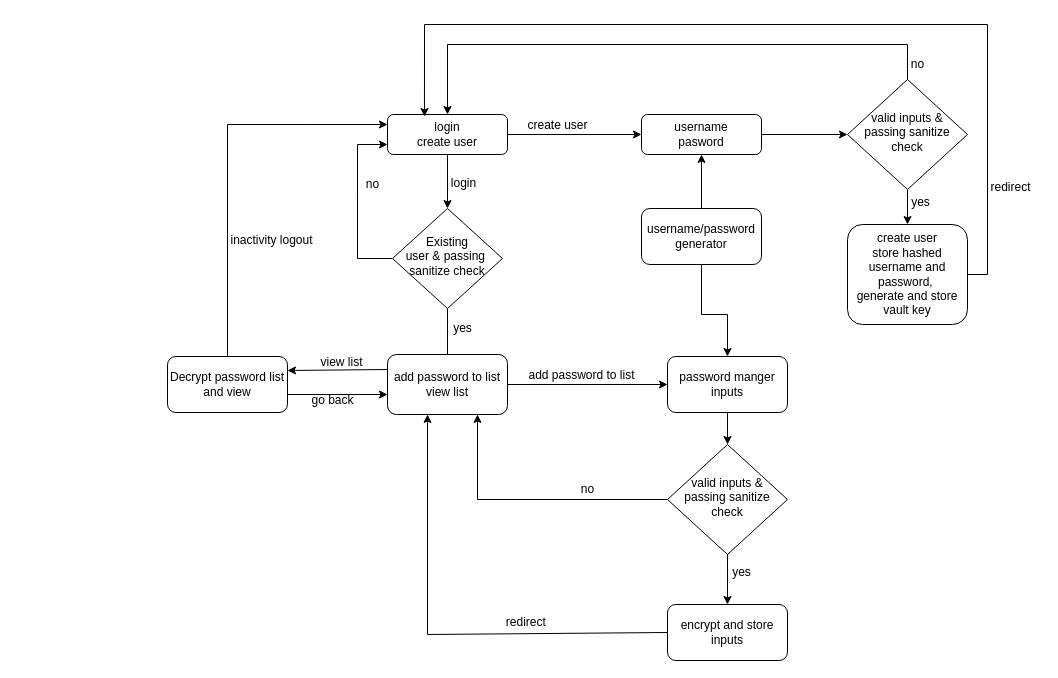
Before: appDiagram.drawio in leaand01/simplePasswordManager, a draw.io diagram. Source tidied: cells renumbered, new cells numbered last; positions are measured from the earlier drawing's top-left corner, leaving out a move shared by most shapes. Both pictures are drawn from the tidied source at 100%, with x=0, y=0 at pixel (167, 24).
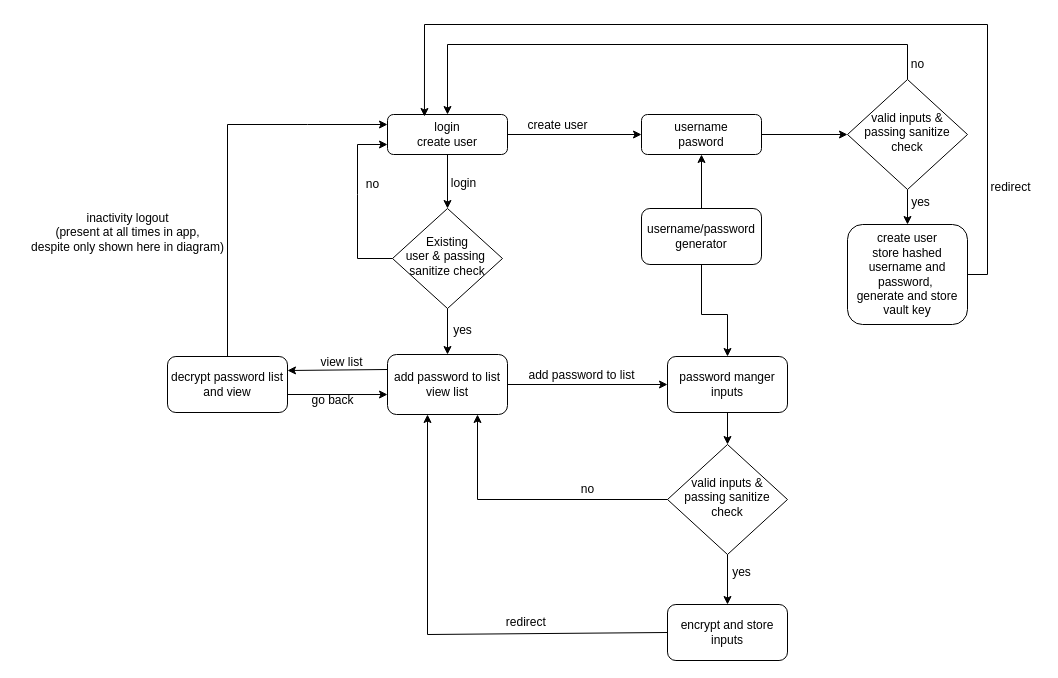
The same diagram, later.

The change refers to these unchanged cells:
```xml
<mxCell id="5" value="Existing&lt;div&gt;user&amp;nbsp;&lt;span style=&quot;background-color: initial;&quot;&gt;&amp;amp; p&lt;/span&gt;&lt;span style=&quot;background-color: initial;&quot;&gt;assing&amp;nbsp;&lt;/span&gt;&lt;div&gt;&lt;span style=&quot;background-color: initial;&quot;&gt;sanitize&amp;nbsp;&lt;/span&gt;&lt;span style=&quot;background-color: initial;&quot;&gt;check&lt;/span&gt;&lt;/div&gt;&lt;/div&gt;" style="rhombus;whiteSpace=wrap;html=1;shadow=0;fontFamily=Helvetica;fontSize=12;align=center;strokeWidth=1;spacing=6;spacingTop=-4;" parent="1" vertex="1">
  <mxGeometry x="225" y="184" width="110" height="100" as="geometry" />
</mxCell>
<mxCell id="20" value="add password to list&lt;div&gt;view list&lt;/div&gt;" style="rounded=1;whiteSpace=wrap;html=1;fontSize=12;glass=0;strokeWidth=1;shadow=0;" parent="1" vertex="1">
  <mxGeometry x="220" y="330" width="120" height="60" as="geometry" />
</mxCell>
```

Diff of the diagram source:
```diff
@@
-    <mxCell id="2" value="login&lt;div&gt;create user&lt;/div&gt;" style="rounded=1;whiteSpace=wrap;html=1;fontSize=12;glass=0;strokeWidth=1;shadow=0;" parent="1" vertex="1">
+    <mxCell id="2" value="&lt;div&gt;login&lt;div&gt;create user&lt;/div&gt;&lt;/div&gt;" style="rounded=1;whiteSpace=wrap;html=1;fontSize=12;glass=0;strokeWidth=1;shadow=0;" parent="1" vertex="1">
       <mxGeometry x="220" y="90" width="120" height="40" as="geometry" />
     </mxCell>
@@
-    <mxCell id="19" style="edgeStyle=none;jettySize=auto;html=1;rounded=0;exitX=0.5;exitY=1;exitDx=0;exitDy=0;" parent="1" edge="1" source="5">
-      <mxGeometry relative="1" as="geometry">
-        <mxPoint x="280" y="340" as="targetPoint" />
-      </mxGeometry>
-    </mxCell>
@@
     <mxCell id="21" value="&lt;font style=&quot;font-size: 12px;&quot;&gt;yes&lt;/font&gt;" style="text;html=1;align=center;verticalAlign=middle;strokeColor=none;fillColor=none;" parent="1" vertex="1">
-      <mxGeometry x="275" y="289" width="40" height="30" as="geometry" />
+      <mxGeometry x="275" y="291" width="40" height="30" as="geometry" />
     </mxCell>
@@
-    <mxCell id="36" value="Decrypt password list and view" style="rounded=1;whiteSpace=wrap;html=1;fontSize=12;glass=0;strokeWidth=1;shadow=0;" parent="1" vertex="1">
+    <mxCell id="36" value="decrypt password list and view" style="rounded=1;whiteSpace=wrap;html=1;fontSize=12;glass=0;strokeWidth=1;shadow=0;" parent="1" vertex="1">
       <mxGeometry y="332" width="120" height="56" as="geometry" />
     </mxCell>
@@
-    <mxCell id="40" value="inactivity logout" style="text;html=1;align=center;verticalAlign=middle;strokeColor=none;fillColor=none;" parent="1" vertex="1">
-      <mxGeometry x="49" y="201" width="110" height="30" as="geometry" />
+    <mxCell id="40" value="inactivity logout&lt;div&gt;(present at all times in app,&lt;/div&gt;&lt;div&gt;despite only shown here in diagram)&lt;/div&gt;" style="text;html=1;align=center;verticalAlign=middle;strokeColor=none;fillColor=none;" parent="1" vertex="1">
+      <mxGeometry x="-150" y="178" width="220" height="60" as="geometry" />
     </mxCell>
@@
+    <mxCell id="45" style="edgeStyle=none;jettySize=auto;html=1;rounded=0;exitX=0.5;exitY=1;exitDx=0;exitDy=0;entryX=0.5;entryY=0;entryDx=0;entryDy=0;" parent="1" edge="1" source="5" target="20">
+      <mxGeometry relative="1" as="geometry" />
+    </mxCell>
```
